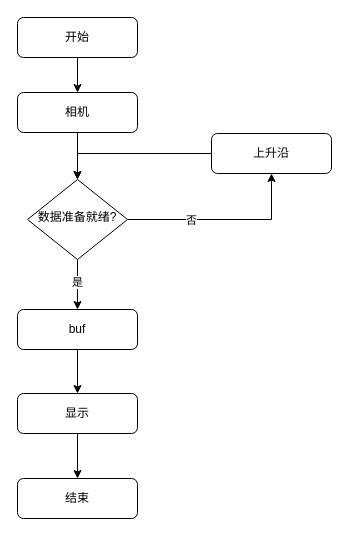
The draw.io diagram 未命名绘图.drawio in Jacyking/clash_for_windows_pkg, before the edit. Source tidied: cells renumbered, new cells numbered last; positions are measured from the earlier drawing's top-left corner, leaving out a move shared by most shapes. Both pictures are drawn from the tidied source at 100%, with x=0, y=0 at pixel (17, 17).
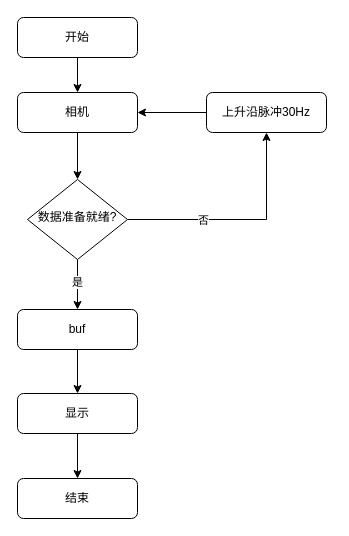
After the change.

Commit message:
更新未命名绘图.drawio

Change to the diagram source:
```diff
@@
 <mxGraphModel>
   <root>
     <mxCell id="0" />
     <mxCell id="1" parent="0" />
     <mxCell id="2" style="edgeStyle=orthogonalEdgeStyle;rounded=0;jettySize=auto;html=1;" parent="1" edge="1" source="3" target="8">
       <mxGeometry relative="1" as="geometry" />
     </mxCell>
     <mxCell id="3" value="相机" style="rounded=1;whiteSpace=wrap;html=1;fontSize=12;glass=0;strokeWidth=1;shadow=0;" parent="1" vertex="1">
       <mxGeometry y="75" width="120" height="40" as="geometry" />
     </mxCell>
     <mxCell id="4" style="edgeStyle=orthogonalEdgeStyle;rounded=0;jettySize=auto;html=1;" parent="1" edge="1" source="8" target="14">
       <mxGeometry relative="1" as="geometry" />
     </mxCell>
     <mxCell id="5" value="是" style="edgeLabel;html=1;align=center;verticalAlign=middle;" parent="4" vertex="1">
       <mxGeometry x="-0.05" y="3" relative="1" as="geometry">
         <mxPoint x="-4" y="-2" as="offset" />
       </mxGeometry>
     </mxCell>
     <mxCell id="6" style="edgeStyle=orthogonalEdgeStyle;rounded=0;jettySize=auto;html=1;entryX=0.5;entryY=1;entryDx=0;entryDy=0;" parent="1" edge="1" source="8" target="10">
       <mxGeometry relative="1" as="geometry" />
     </mxCell>
     <mxCell id="7" value="否" style="edgeLabel;html=1;align=center;verticalAlign=middle;" parent="6" vertex="1">
       <mxGeometry x="-0.34" relative="1" as="geometry" />
     </mxCell>
     <mxCell id="8" value="数据准备就绪&lt;span style=&quot;background-color: initial;&quot;&gt;?&lt;/span&gt;" style="rhombus;whiteSpace=wrap;html=1;shadow=0;fontFamily=Helvetica;fontSize=12;align=center;strokeWidth=1;spacing=6;spacingTop=-4;" parent="1" vertex="1">
       <mxGeometry x="10" y="162" width="100" height="80" as="geometry" />
     </mxCell>
-    <mxCell id="9" style="edgeStyle=orthogonalEdgeStyle;rounded=0;jettySize=auto;html=1;" parent="1" edge="1" source="10" target="8">
-      <mxGeometry relative="1" as="geometry" />
-    </mxCell>
+    <mxCell id="18" style="edgeStyle=orthogonalEdgeStyle;rounded=0;jettySize=auto;html=1;entryX=1;entryY=0.5;entryDx=0;entryDy=0;" parent="1" edge="1" source="10" target="3">
+      <mxGeometry relative="1" as="geometry" />
+    </mxCell>
-    <mxCell id="10" value="上升沿" style="rounded=1;whiteSpace=wrap;html=1;fontSize=12;glass=0;strokeWidth=1;shadow=0;" parent="1" vertex="1">
-      <mxGeometry x="194" y="116" width="120" height="40" as="geometry" />
+    <mxCell id="10" value="上升沿脉冲30Hz" style="rounded=1;whiteSpace=wrap;html=1;fontSize=12;glass=0;strokeWidth=1;shadow=0;" parent="1" vertex="1">
+      <mxGeometry x="189" y="75" width="120" height="40" as="geometry" />
     </mxCell>
     <mxCell id="11" style="edgeStyle=orthogonalEdgeStyle;rounded=0;jettySize=auto;html=1;" parent="1" edge="1" source="12" target="3">
       <mxGeometry relative="1" as="geometry" />
     </mxCell>
     <mxCell id="12" value="开始" style="rounded=1;whiteSpace=wrap;html=1;fontSize=12;glass=0;strokeWidth=1;shadow=0;" parent="1" vertex="1">
       <mxGeometry width="120" height="40" as="geometry" />
     </mxCell>
     <mxCell id="13" style="edgeStyle=orthogonalEdgeStyle;rounded=0;jettySize=auto;html=1;" parent="1" edge="1" source="14" target="16">
       <mxGeometry relative="1" as="geometry" />
     </mxCell>
     <mxCell id="14" value="buf" style="rounded=1;whiteSpace=wrap;html=1;fontSize=12;glass=0;strokeWidth=1;shadow=0;" parent="1" vertex="1">
       <mxGeometry y="292" width="120" height="40" as="geometry" />
     </mxCell>
     <mxCell id="15" style="edgeStyle=orthogonalEdgeStyle;rounded=0;jettySize=auto;html=1;" parent="1" edge="1" source="16" target="17">
       <mxGeometry relative="1" as="geometry" />
     </mxCell>
     <mxCell id="16" value="显示" style="rounded=1;whiteSpace=wrap;html=1;fontSize=12;glass=0;strokeWidth=1;shadow=0;" parent="1" vertex="1">
       <mxGeometry y="376" width="120" height="40" as="geometry" />
     </mxCell>
     <mxCell id="17" value="结束" style="rounded=1;whiteSpace=wrap;html=1;fontSize=12;glass=0;strokeWidth=1;shadow=0;" parent="1" vertex="1">
       <mxGeometry y="461" width="120" height="40" as="geometry" />
     </mxCell>
   </root>
 </mxGraphModel>
```
